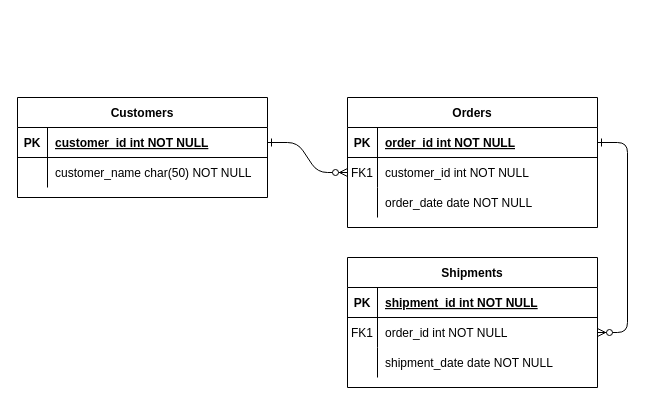
This is TakLikParking/Диаграмма без названия.drawio from reagafonov/TakLikParking, a draw.io file, before an edit. Source tidied: cells renumbered, new cells numbered last; positions are measured from the earlier drawing's top-left corner, leaving out a move shared by most shapes. Both pictures are drawn from the tidied source at 100%, with x=0, y=0 at pixel (17, 97).
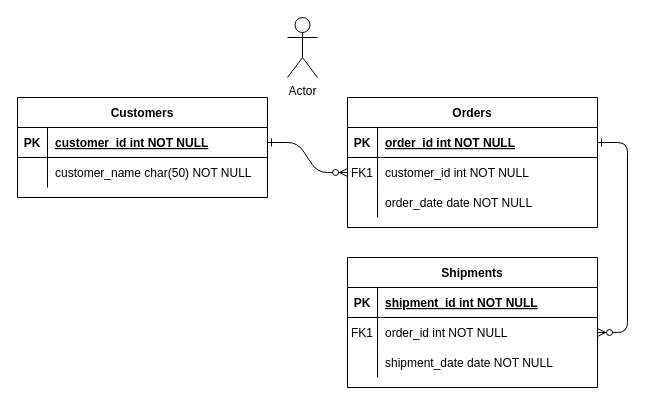
After the change.

Diff of the diagram source:
```diff
@@
+    <mxCell id="31" value="Actor" style="shape=umlActor;verticalLabelPosition=bottom;verticalAlign=top;html=1;" parent="1" vertex="1">
+      <mxGeometry x="270" y="-80" width="30" height="60" as="geometry" />
+    </mxCell>
```
